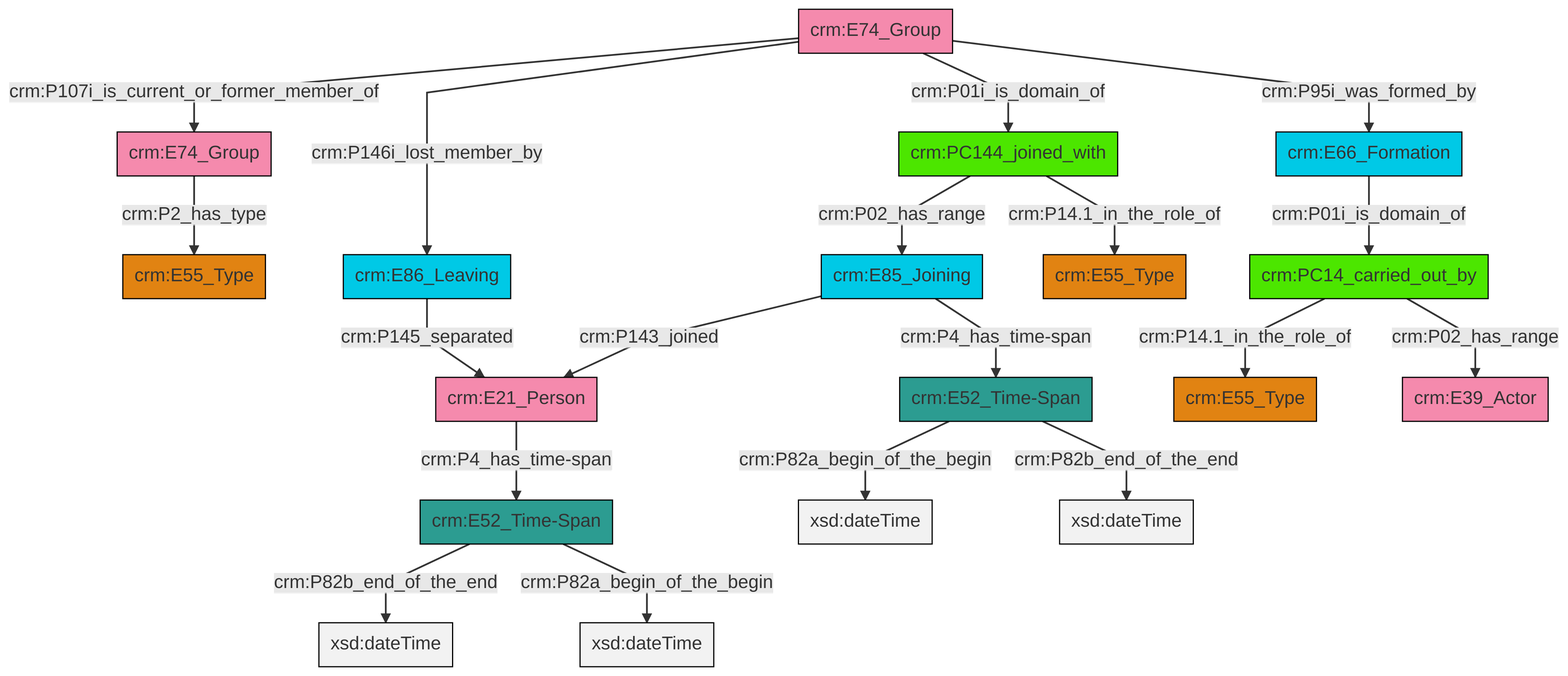
swiss-art-research-net/docs.swissartresearch keeps this Mermaid diagram as et/groupCSV/ttl/mmd/png/group_actor_relations.png. Above is the earlier version. Its source is kept beside it as et/groupCSV/ttl/mmd/group_actor_relations.ttl.mmd.
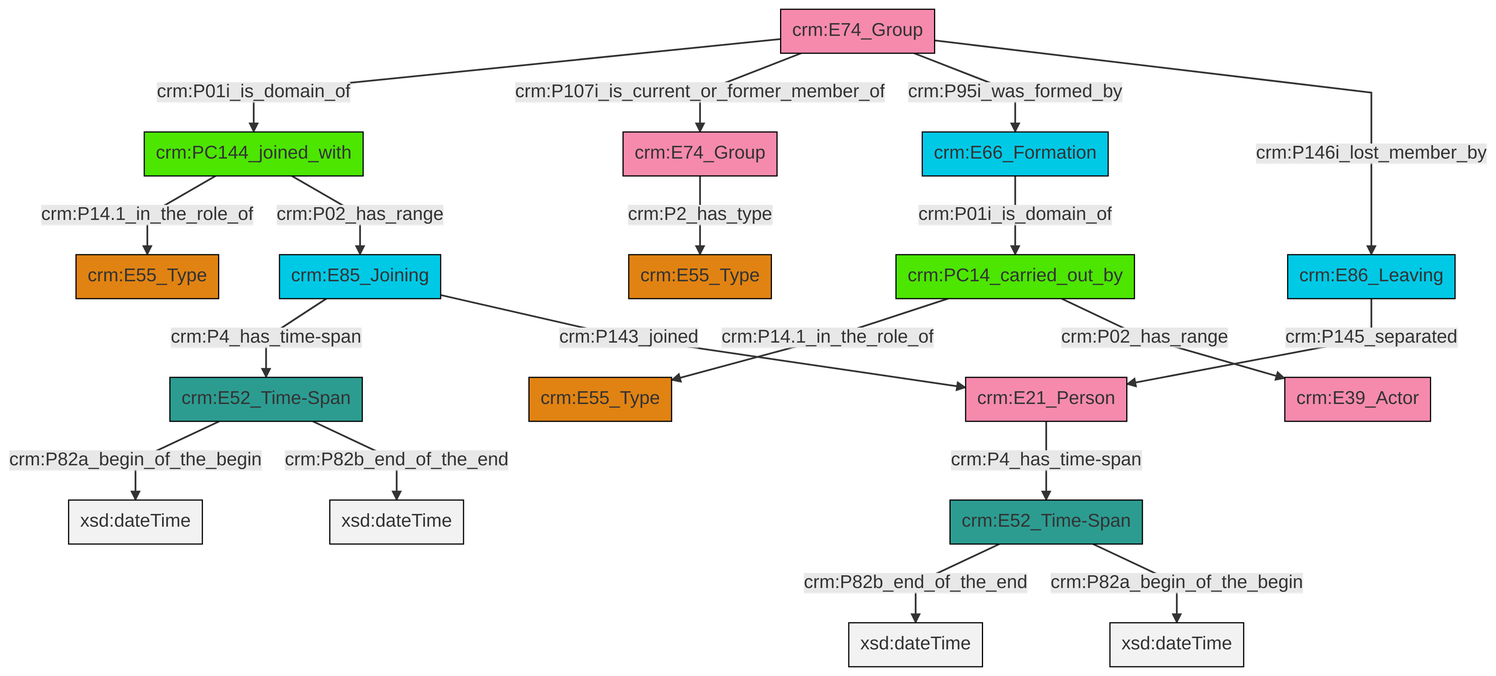
Later version of the same file.

What changed in the source:
```diff
@@ -13,21 +13,21 @@
 classDef PC_Classes fill:#4ce600, stroke:#000000;
 classDef Multi fill:#cccccc,stroke:#000000;
 
-2["crm:E52_Time-Span"]:::Time-Span -->|crm:P82b_end_of_the_end| 3[xsd:dateTime]:::Literal
-6["crm:E85_Joining"]:::Temporal_Entity -->|crm:P4_has_time-span| 7["crm:E52_Time-Span"]:::Time-Span
-14["crm:PC144_joined_with"]:::PC_Classes -->|crm:P14.1_in_the_role_of| 15["crm:E55_Type"]:::Type
-16["crm:E74_Group"]:::Actor -->|crm:P107i_is_current_or_former_member_of| 8["crm:E74_Group"]:::Actor
-16["crm:E74_Group"]:::Actor -->|crm:P146i_lost_member_by| 4["crm:E86_Leaving"]:::Temporal_Entity
-7["crm:E52_Time-Span"]:::Time-Span -->|crm:P82a_begin_of_the_begin| 18[xsd:dateTime]:::Literal
-16["crm:E74_Group"]:::Actor -->|crm:P01i_is_domain_of| 14["crm:PC144_joined_with"]:::PC_Classes
-4["crm:E86_Leaving"]:::Temporal_Entity -->|crm:P145_separated| 10["crm:E21_Person"]:::Actor
-8["crm:E74_Group"]:::Actor -->|crm:P2_has_type| 0["crm:E55_Type"]:::Type
-7["crm:E52_Time-Span"]:::Time-Span -->|crm:P82b_end_of_the_end| 22[xsd:dateTime]:::Literal
-12["crm:E66_Formation"]:::Temporal_Entity -->|crm:P01i_is_domain_of| 23["crm:PC14_carried_out_by"]:::PC_Classes
-10["crm:E21_Person"]:::Actor -->|crm:P4_has_time-span| 2["crm:E52_Time-Span"]:::Time-Span
-14["crm:PC144_joined_with"]:::PC_Classes -->|crm:P02_has_range| 6["crm:E85_Joining"]:::Temporal_Entity
-6["crm:E85_Joining"]:::Temporal_Entity -->|crm:P143_joined| 10["crm:E21_Person"]:::Actor
-16["crm:E74_Group"]:::Actor -->|crm:P95i_was_formed_by| 12["crm:E66_Formation"]:::Temporal_Entity
-2["crm:E52_Time-Span"]:::Time-Span -->|crm:P82a_begin_of_the_begin| 30[xsd:dateTime]:::Literal
-23["crm:PC14_carried_out_by"]:::PC_Classes -->|crm:P14.1_in_the_role_of| 24["crm:E55_Type"]:::Type
-23["crm:PC14_carried_out_by"]:::PC_Classes -->|crm:P02_has_range| 32["crm:E39_Actor"]:::Actor
+0["crm:PC14_carried_out_by"]:::PC_Classes -->|crm:P14.1_in_the_role_of| 1["crm:E55_Type"]:::Type
+2["crm:PC144_joined_with"]:::PC_Classes -->|crm:P14.1_in_the_role_of| 3["crm:E55_Type"]:::Type
+6["crm:E86_Leaving"]:::Temporal_Entity -->|crm:P145_separated| 7["crm:E21_Person"]:::Actor
+8["crm:E74_Group"]:::Actor -->|crm:P01i_is_domain_of| 2["crm:PC144_joined_with"]:::PC_Classes
+12["crm:E52_Time-Span"]:::Time-Span -->|crm:P82a_begin_of_the_begin| 13[xsd:dateTime]:::Literal
+12["crm:E52_Time-Span"]:::Time-Span -->|crm:P82b_end_of_the_end| 16[xsd:dateTime]:::Literal
+8["crm:E74_Group"]:::Actor -->|crm:P107i_is_current_or_former_member_of| 20["crm:E74_Group"]:::Actor
+22["crm:E52_Time-Span"]:::Time-Span -->|crm:P82b_end_of_the_end| 23[xsd:dateTime]:::Literal
+22["crm:E52_Time-Span"]:::Time-Span -->|crm:P82a_begin_of_the_begin| 26[xsd:dateTime]:::Literal
+18["crm:E66_Formation"]:::Temporal_Entity -->|crm:P01i_is_domain_of| 0["crm:PC14_carried_out_by"]:::PC_Classes
+20["crm:E74_Group"]:::Actor -->|crm:P2_has_type| 9["crm:E55_Type"]:::Type
+0["crm:PC14_carried_out_by"]:::PC_Classes -->|crm:P02_has_range| 14["crm:E39_Actor"]:::Actor
+7["crm:E21_Person"]:::Actor -->|crm:P4_has_time-span| 22["crm:E52_Time-Span"]:::Time-Span
+30["crm:E85_Joining"]:::Temporal_Entity -->|crm:P4_has_time-span| 12["crm:E52_Time-Span"]:::Time-Span
+8["crm:E74_Group"]:::Actor -->|crm:P95i_was_formed_by| 18["crm:E66_Formation"]:::Temporal_Entity
+30["crm:E85_Joining"]:::Temporal_Entity -->|crm:P143_joined| 7["crm:E21_Person"]:::Actor
+2["crm:PC144_joined_with"]:::PC_Classes -->|crm:P02_has_range| 30["crm:E85_Joining"]:::Temporal_Entity
+8["crm:E74_Group"]:::Actor -->|crm:P146i_lost_member_by| 6["crm:E86_Leaving"]:::Temporal_Entity
```
